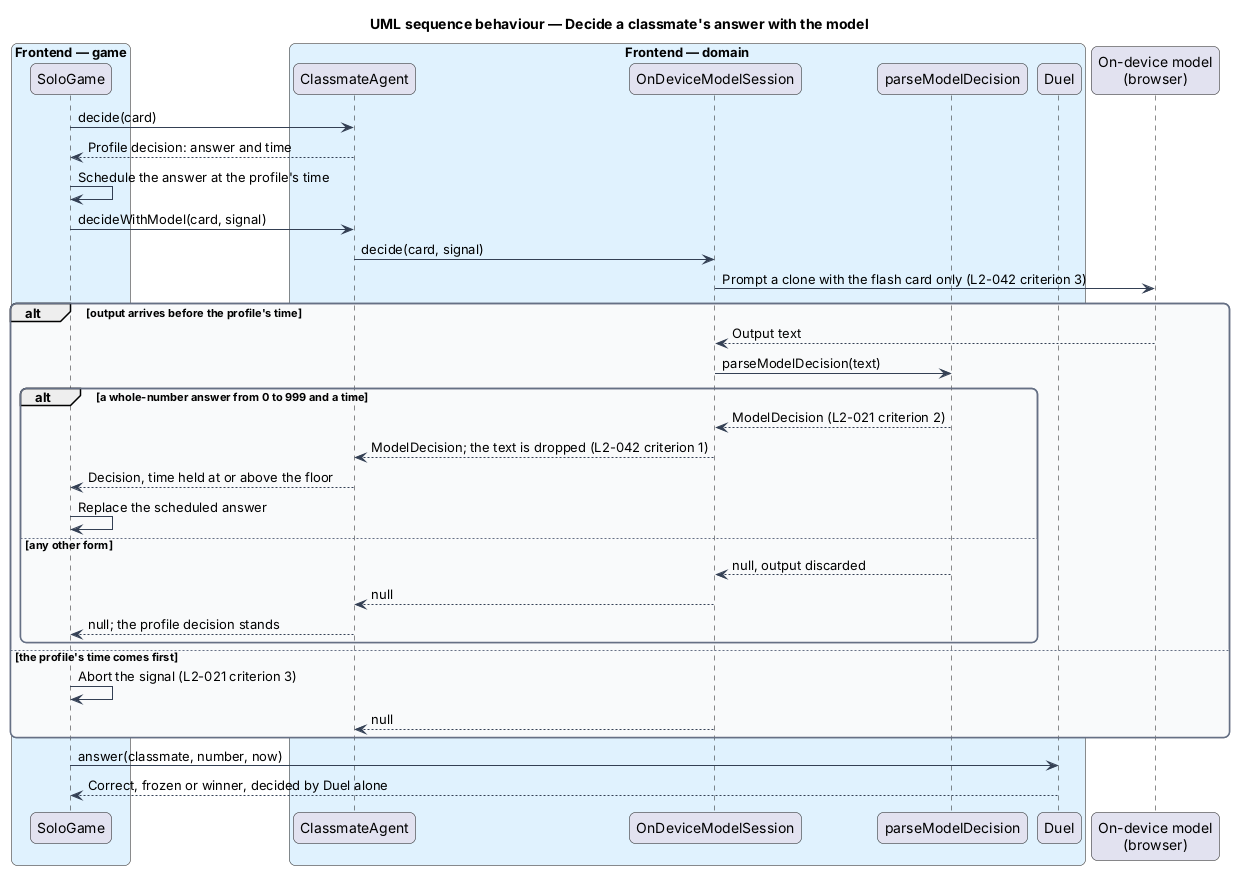
Above: docs/detailed-designs/classmates/drive-classmates-with-model/diagrams/sequence-decide-with-model.png in QuinntyneBrown/around-the-world (PlantUML), before the change. Its source is kept beside it as docs/detailed-designs/classmates/drive-classmates-with-model/diagrams/sequence-decide-with-model.puml. Its diagram source:
```plantuml
@startuml
title UML sequence behaviour — Decide a classmate's answer with the model
skinparam backgroundColor #FFFFFF
skinparam shadowing false
skinparam roundcorner 12
skinparam defaultFontName Arial
skinparam ArrowColor #344054
skinparam rectangle {
  BorderColor #344054
  FontColor #101828
}
skinparam package {
  BorderColor #667085
  FontColor #101828
  BackgroundColor #F9FAFB
}
box "Frontend — game" #E0F2FE
  participant "SoloGame" as solo
end box
box "Frontend — domain" #E0F2FE
  participant "ClassmateAgent" as agent
  participant "OnDeviceModelSession" as session
  participant "parseModelDecision" as parse
  participant "Duel" as duel
end box
participant "On-device model\n(browser)" as model
solo -> agent : decide(card)
agent --> solo : Profile decision: answer and time
solo -> solo : Schedule the answer at the profile's time
solo -> agent : decideWithModel(card, signal)
agent -> session : decide(card, signal)
session -> model : Prompt a clone with the flash card only (L2-042 criterion 3)
alt output arrives before the profile's time
  model --> session : Output text
  session -> parse : parseModelDecision(text)
  alt a whole-number answer from 0 to 999 and a time
    parse --> session : ModelDecision (L2-021 criterion 2)
    session --> agent : ModelDecision; the text is dropped (L2-042 criterion 1)
    agent --> solo : Decision, time held at or above the floor
    solo -> solo : Replace the scheduled answer
  else any other form
    parse --> session : null, output discarded
    session --> agent : null
    agent --> solo : null; the profile decision stands
  end
else the profile's time comes first
  solo -> solo : Abort the signal (L2-021 criterion 3)
  session --> agent : null
end
solo -> duel : answer(classmate, number, now)
duel --> solo : Correct, frozen or winner, decided by Duel alone
@enduml
```
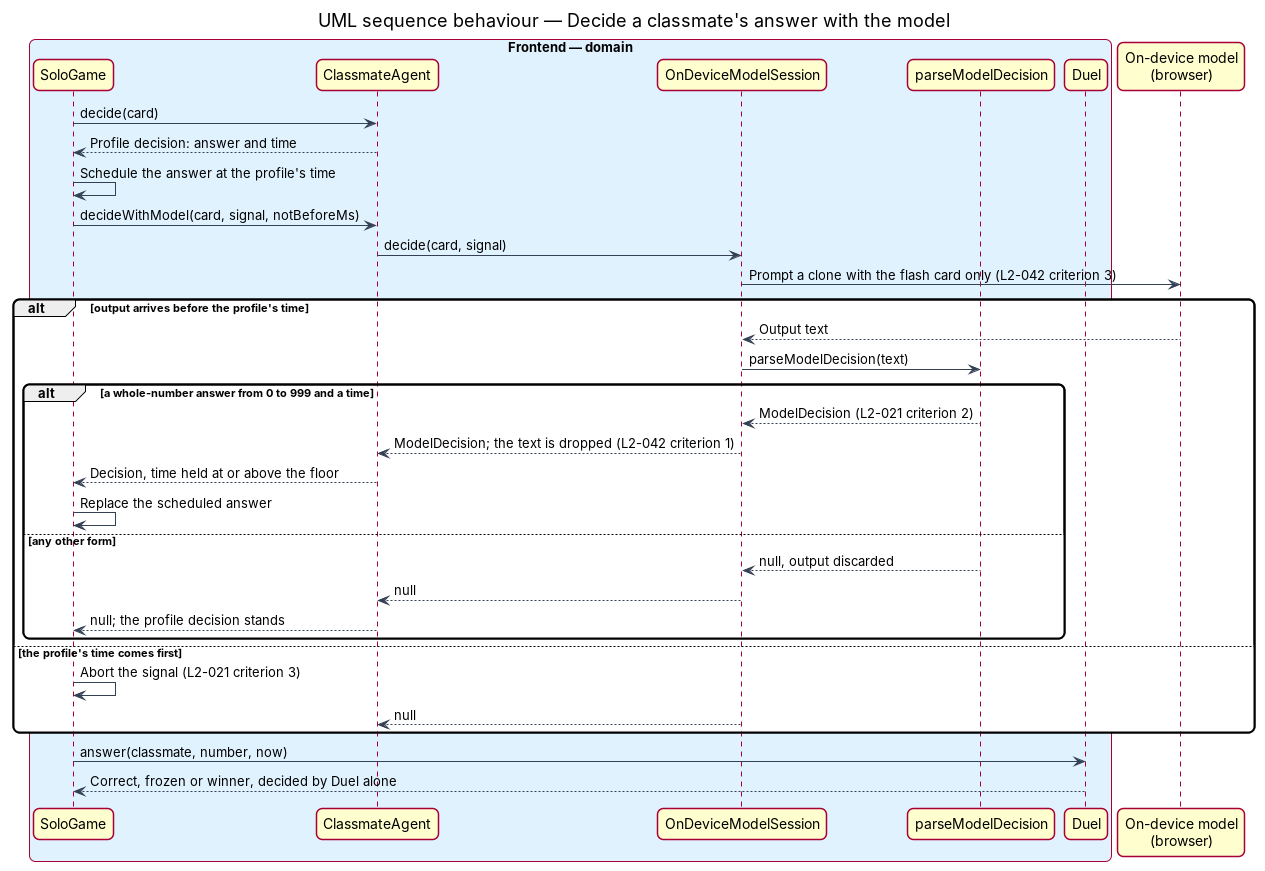
After the commit.

The edit, as a diff of the source:
```diff
@@ -14,10 +14,8 @@
   FontColor #101828
   BackgroundColor #F9FAFB
 }
-box "Frontend — game" #E0F2FE
+box "Frontend — domain" #E0F2FE
   participant "SoloGame" as solo
-end box
-box "Frontend — domain" #E0F2FE
   participant "ClassmateAgent" as agent
   participant "OnDeviceModelSession" as session
   participant "parseModelDecision" as parse
@@ -27,7 +25,7 @@
 solo -> agent : decide(card)
 agent --> solo : Profile decision: answer and time
 solo -> solo : Schedule the answer at the profile's time
-solo -> agent : decideWithModel(card, signal)
+solo -> agent : decideWithModel(card, signal, notBeforeMs)
 agent -> session : decide(card, signal)
 session -> model : Prompt a clone with the flash card only (L2-042 criterion 3)
 alt output arrives before the profile's time
```
